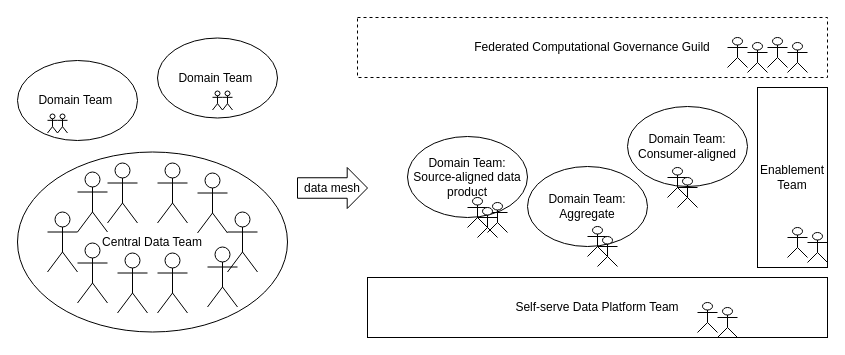
The draw.io diagram diagrams/datateamjourney.drawio in datamesh-architecture/datamesh-architecture.com, before the edit. Source tidied: cells renumbered, new cells numbered last; positions are measured from the earlier drawing's top-left corner, leaving out a move shared by most shapes. Both pictures are drawn from the tidied source at 100%, with x=0, y=0 at pixel (17, 17).
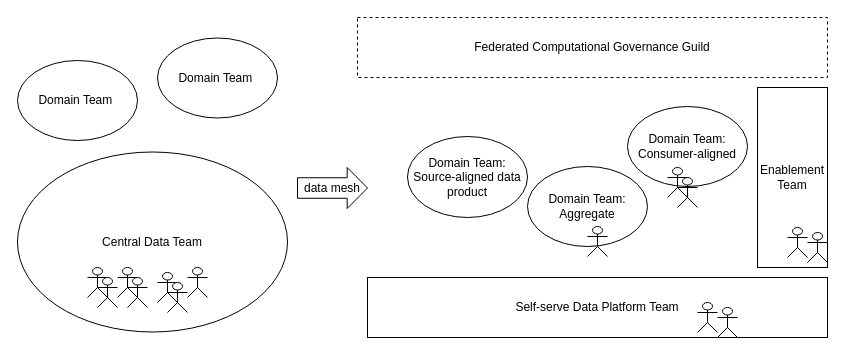
The same page after the edit.

Unchanged cells that the change refers to:
```xml
<mxCell id="29" style="group;" parent="1" vertex="1">
  <mxGeometry x="570" y="209" width="40" height="35" as="geometry" />
</mxCell>
```

The edit, as a diff of the source:
```diff
@@
-    <mxCell id="6" style="shape=umlActor;verticalLabelPosition=bottom;verticalAlign=top;html=1;" parent="1" vertex="1">
-      <mxGeometry x="30" y="194.5" width="30" height="60" as="geometry" />
-    </mxCell>
-    <mxCell id="7" style="shape=umlActor;verticalLabelPosition=bottom;verticalAlign=top;html=1;" parent="1" vertex="1">
-      <mxGeometry x="180" y="155.5" width="30" height="60" as="geometry" />
-    </mxCell>
-    <mxCell id="8" style="shape=umlActor;verticalLabelPosition=bottom;verticalAlign=top;html=1;" parent="1" vertex="1">
-      <mxGeometry x="90" y="145.5" width="30" height="60" as="geometry" />
-    </mxCell>
-    <mxCell id="9" style="shape=umlActor;verticalLabelPosition=bottom;verticalAlign=top;html=1;" parent="1" vertex="1">
-      <mxGeometry x="140" y="235.5" width="30" height="60" as="geometry" />
-    </mxCell>
@@
-    <mxCell id="14" style="group;" parent="1" vertex="1">
-      <mxGeometry x="710" y="20" width="40" height="35" as="geometry" />
-    </mxCell>
-    <mxCell id="15" style="shape=umlActor;verticalLabelPosition=bottom;verticalAlign=top;html=1;" parent="14" vertex="1">
-      <mxGeometry x="20" y="5" width="20" height="30" as="geometry" />
-    </mxCell>
-    <mxCell id="16" style="shape=umlActor;verticalLabelPosition=bottom;verticalAlign=top;html=1;" parent="14" vertex="1">
-      <mxGeometry width="20" height="30" as="geometry" />
-    </mxCell>
@@
-    <mxCell id="23" style="group;" parent="1" vertex="1">
-      <mxGeometry x="750" y="20" width="40" height="35" as="geometry" />
-    </mxCell>
-    <mxCell id="24" style="shape=umlActor;verticalLabelPosition=bottom;verticalAlign=top;html=1;" parent="23" vertex="1">
-      <mxGeometry x="20" y="5" width="20" height="30" as="geometry" />
-    </mxCell>
-    <mxCell id="25" style="shape=umlActor;verticalLabelPosition=bottom;verticalAlign=top;html=1;" parent="23" vertex="1">
-      <mxGeometry width="20" height="30" as="geometry" />
-    </mxCell>
@@
-    <mxCell id="31" style="shape=umlActor;verticalLabelPosition=bottom;verticalAlign=top;html=1;" parent="29" vertex="1">
-      <mxGeometry x="10" y="10" width="20" height="30" as="geometry" />
-    </mxCell>
-    <mxCell id="32" style="group;" parent="1" vertex="1">
-      <mxGeometry x="450" y="180" width="40" height="35" as="geometry" />
-    </mxCell>
-    <mxCell id="33" style="shape=umlActor;verticalLabelPosition=bottom;verticalAlign=top;html=1;" parent="32" vertex="1">
-      <mxGeometry x="20" y="5" width="20" height="30" as="geometry" />
-    </mxCell>
-    <mxCell id="34" style="shape=umlActor;verticalLabelPosition=bottom;verticalAlign=top;html=1;" parent="32" vertex="1">
-      <mxGeometry width="20" height="30" as="geometry" />
-    </mxCell>
-    <mxCell id="35" style="shape=umlActor;verticalLabelPosition=bottom;verticalAlign=top;html=1;" parent="32" vertex="1">
-      <mxGeometry x="10" y="10" width="20" height="30" as="geometry" />
-    </mxCell>
-    <mxCell id="36" style="shape=umlActor;verticalLabelPosition=bottom;verticalAlign=top;html=1;" parent="1" vertex="1">
-      <mxGeometry x="60" y="225.5" width="30" height="60" as="geometry" />
-    </mxCell>
-    <mxCell id="37" style="shape=umlActor;verticalLabelPosition=bottom;verticalAlign=top;html=1;" parent="1" vertex="1">
-      <mxGeometry x="100" y="235.5" width="30" height="60" as="geometry" />
-    </mxCell>
-    <mxCell id="38" style="shape=umlActor;verticalLabelPosition=bottom;verticalAlign=top;html=1;" parent="1" vertex="1">
-      <mxGeometry x="190" y="229.5" width="30" height="60" as="geometry" />
-    </mxCell>
-    <mxCell id="39" style="shape=umlActor;verticalLabelPosition=bottom;verticalAlign=top;html=1;" parent="1" vertex="1">
-      <mxGeometry x="140" y="145.5" width="30" height="60" as="geometry" />
-    </mxCell>
-    <mxCell id="40" style="shape=umlActor;verticalLabelPosition=bottom;verticalAlign=top;html=1;" parent="1" vertex="1">
-      <mxGeometry x="60" y="154.5" width="30" height="60" as="geometry" />
-    </mxCell>
-    <mxCell id="41" style="shape=umlActor;verticalLabelPosition=bottom;verticalAlign=top;html=1;" parent="1" vertex="1">
-      <mxGeometry x="210" y="194.5" width="30" height="60" as="geometry" />
-    </mxCell>
@@
-    <mxCell id="44" style="group;" parent="1" vertex="1">
-      <mxGeometry x="30" y="96.5" width="20" height="19" as="geometry" />
-    </mxCell>
-    <mxCell id="45" style="shape=umlActor;verticalLabelPosition=bottom;verticalAlign=top;html=1;" parent="44" vertex="1">
-      <mxGeometry width="10" height="19" as="geometry" />
-    </mxCell>
-    <mxCell id="46" style="shape=umlActor;verticalLabelPosition=bottom;verticalAlign=top;html=1;" parent="44" vertex="1">
-      <mxGeometry x="10" width="10" height="19" as="geometry" />
-    </mxCell>
-    <mxCell id="47" style="group;" parent="1" vertex="1">
-      <mxGeometry x="195" y="73.5" width="20" height="19" as="geometry" />
-    </mxCell>
-    <mxCell id="48" style="shape=umlActor;verticalLabelPosition=bottom;verticalAlign=top;html=1;" parent="47" vertex="1">
-      <mxGeometry width="10" height="19" as="geometry" />
-    </mxCell>
-    <mxCell id="49" style="shape=umlActor;verticalLabelPosition=bottom;verticalAlign=top;html=1;" parent="47" vertex="1">
-      <mxGeometry x="10" width="10" height="19" as="geometry" />
-    </mxCell>
+    <mxCell id="50" style="shape=umlActor;verticalLabelPosition=bottom;verticalAlign=top;html=1;" parent="1" vertex="1">
+      <mxGeometry x="140" y="255" width="20" height="30" as="geometry" />
+    </mxCell>
+    <mxCell id="51" style="shape=umlActor;verticalLabelPosition=bottom;verticalAlign=top;html=1;" parent="1" vertex="1">
+      <mxGeometry x="170" y="250" width="20" height="30" as="geometry" />
+    </mxCell>
+    <mxCell id="52" style="group;" parent="1" vertex="1">
+      <mxGeometry x="70" y="250" width="40" height="35" as="geometry" />
+    </mxCell>
+    <mxCell id="53" style="shape=umlActor;verticalLabelPosition=bottom;verticalAlign=top;html=1;" parent="52" vertex="1">
+      <mxGeometry width="20" height="30" as="geometry" />
+    </mxCell>
+    <mxCell id="54" style="shape=umlActor;verticalLabelPosition=bottom;verticalAlign=top;html=1;" parent="1" vertex="1">
+      <mxGeometry x="100" y="250" width="20" height="30" as="geometry" />
+    </mxCell>
+    <mxCell id="55" style="shape=umlActor;verticalLabelPosition=bottom;verticalAlign=top;html=1;" parent="1" vertex="1">
+      <mxGeometry x="150" y="265" width="20" height="30" as="geometry" />
+    </mxCell>
+    <mxCell id="56" style="group;" parent="1" vertex="1">
+      <mxGeometry x="80" y="260" width="40" height="35" as="geometry" />
+    </mxCell>
+    <mxCell id="57" style="shape=umlActor;verticalLabelPosition=bottom;verticalAlign=top;html=1;" parent="56" vertex="1">
+      <mxGeometry width="20" height="30" as="geometry" />
+    </mxCell>
+    <mxCell id="58" style="shape=umlActor;verticalLabelPosition=bottom;verticalAlign=top;html=1;" parent="1" vertex="1">
+      <mxGeometry x="110" y="260" width="20" height="30" as="geometry" />
+    </mxCell>
```
